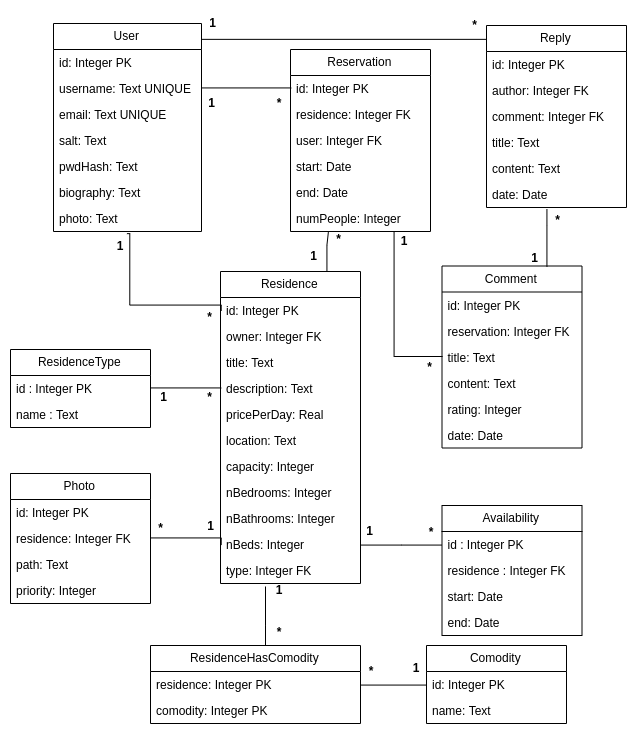
Earlier version of the draw.io export docs/Paguri_db.png (daviddias99/paguri-feup-ltw). Source tidied: cells renumbered, new cells last; positions are measured from the earlier drawing's top-left corner, leaving out a move shared by most shapes.
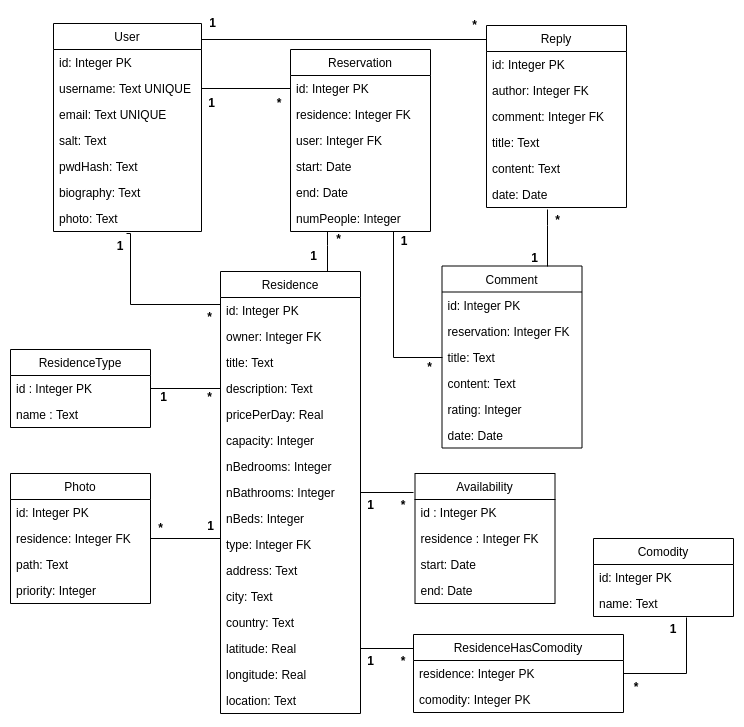
Above is the later version.

Commit message:
More queries; Updated UML

Diff of the diagram source:
```diff
@@ -66,7 +66,7 @@
       </mxGeometry>
     </mxCell>
     <mxCell id="20" value="Residence" style="swimlane;fontStyle=0;horizontal=1;startSize=26;fillColor=none;" parent="1" vertex="1">
-      <mxGeometry x="210" y="261" width="140" height="312" as="geometry" />
+      <mxGeometry x="210" y="261" width="140" height="442" as="geometry" />
     </mxCell>
     <mxCell id="21" value="id: Integer PK" style="text;strokeColor=none;fillColor=none;align=left;verticalAlign=top;spacingLeft=4;spacingRight=4;overflow=hidden;points=[[0,0.5],[1,0.5]];portConstraint=eastwest;" parent="20" vertex="1">
       <mxGeometry y="26" width="140" height="26" as="geometry" />
@@ -83,26 +83,41 @@
     <mxCell id="25" value="pricePerDay: Real" style="text;strokeColor=none;fillColor=none;align=left;verticalAlign=top;spacingLeft=4;spacingRight=4;overflow=hidden;" parent="20" vertex="1">
       <mxGeometry y="130" width="140" height="26" as="geometry" />
     </mxCell>
-    <mxCell id="26" value="location: Text" style="text;strokeColor=none;fillColor=none;align=left;verticalAlign=top;spacingLeft=4;spacingRight=4;overflow=hidden;" parent="20" vertex="1">
-      <mxGeometry y="156" width="140" height="26" as="geometry" />
-    </mxCell>
     <mxCell id="27" value="capacity: Integer" style="text;strokeColor=none;fillColor=none;align=left;verticalAlign=top;spacingLeft=4;spacingRight=4;overflow=hidden;" parent="20" vertex="1">
-      <mxGeometry y="182" width="140" height="26" as="geometry" />
+      <mxGeometry y="156" width="140" height="26" as="geometry" />
     </mxCell>
     <mxCell id="28" value="nBedrooms: Integer" style="text;strokeColor=none;fillColor=none;align=left;verticalAlign=top;spacingLeft=4;spacingRight=4;overflow=hidden;" parent="20" vertex="1">
-      <mxGeometry y="208" width="140" height="26" as="geometry" />
+      <mxGeometry y="182" width="140" height="26" as="geometry" />
     </mxCell>
     <mxCell id="29" value="nBathrooms: Integer" style="text;strokeColor=none;fillColor=none;align=left;verticalAlign=top;spacingLeft=4;spacingRight=4;overflow=hidden;points=[[0,0.5],[1,0.5]];portConstraint=eastwest;" parent="20" vertex="1">
-      <mxGeometry y="234" width="140" height="26" as="geometry" />
+      <mxGeometry y="208" width="140" height="26" as="geometry" />
     </mxCell>
     <mxCell id="30" value="nBeds: Integer" style="text;strokeColor=none;fillColor=none;align=left;verticalAlign=top;spacingLeft=4;spacingRight=4;overflow=hidden;points=[[0,0.5],[1,0.5]];portConstraint=eastwest;" parent="20" vertex="1">
-      <mxGeometry y="260" width="140" height="26" as="geometry" />
+      <mxGeometry y="234" width="140" height="26" as="geometry" />
     </mxCell>
     <mxCell id="31" value="type: Integer FK" style="text;strokeColor=none;fillColor=none;align=left;verticalAlign=top;spacingLeft=4;spacingRight=4;overflow=hidden;points=[[0,0.5],[1,0.5]];portConstraint=eastwest;" parent="20" vertex="1">
-      <mxGeometry y="286" width="140" height="26" as="geometry" />
+      <mxGeometry y="260" width="140" height="26" as="geometry" />
     </mxCell>
+    <mxCell id="26" value="address: Text" style="text;strokeColor=none;fillColor=none;align=left;verticalAlign=top;spacingLeft=4;spacingRight=4;overflow=hidden;" parent="20" vertex="1">
+      <mxGeometry y="286" width="140" height="26" as="geometry" />
+    </mxCell>
+    <mxCell id="95" value="city: Text" style="text;strokeColor=none;fillColor=none;align=left;verticalAlign=top;spacingLeft=4;spacingRight=4;overflow=hidden;" parent="20" vertex="1">
+      <mxGeometry y="312" width="140" height="26" as="geometry" />
+    </mxCell>
+    <mxCell id="96" value="country: Text" style="text;strokeColor=none;fillColor=none;align=left;verticalAlign=top;spacingLeft=4;spacingRight=4;overflow=hidden;" parent="20" vertex="1">
+      <mxGeometry y="338" width="140" height="26" as="geometry" />
+    </mxCell>
+    <mxCell id="97" value="latitude: Real" style="text;strokeColor=none;fillColor=none;align=left;verticalAlign=top;spacingLeft=4;spacingRight=4;overflow=hidden;points=[[0,0.5],[1,0.5]];portConstraint=eastwest;" parent="20" vertex="1">
+      <mxGeometry y="364" width="140" height="26" as="geometry" />
+    </mxCell>
+    <mxCell id="98" value="longitude: Real" style="text;strokeColor=none;fillColor=none;align=left;verticalAlign=top;spacingLeft=4;spacingRight=4;overflow=hidden;" parent="20" vertex="1">
+      <mxGeometry y="390" width="140" height="26" as="geometry" />
+    </mxCell>
+    <mxCell id="99" value="location: Text" style="text;strokeColor=none;fillColor=none;align=left;verticalAlign=top;spacingLeft=4;spacingRight=4;overflow=hidden;" parent="20" vertex="1">
+      <mxGeometry y="416" width="140" height="26" as="geometry" />
+    </mxCell>
     <mxCell id="32" value="Availability" style="swimlane;fontStyle=0;horizontal=1;startSize=26;fillColor=none;" parent="1" vertex="1">
-      <mxGeometry x="431.5" y="495" width="140" height="130" as="geometry" />
+      <mxGeometry x="404.5" y="463" width="140" height="130" as="geometry" />
     </mxCell>
     <mxCell id="33" value="id : Integer PK" style="text;strokeColor=none;fillColor=none;align=left;verticalAlign=top;spacingLeft=4;spacingRight=4;overflow=hidden;points=[[0,0.5],[1,0.5]];portConstraint=eastwest;" parent="32" vertex="1">
       <mxGeometry y="26" width="140" height="26" as="geometry" />
@@ -169,7 +184,7 @@
       <mxGeometry y="104" width="140" height="26" as="geometry" />
     </mxCell>
     <mxCell id="51" value="Comodity" style="swimlane;fontStyle=0;horizontal=1;startSize=26;fillColor=none;" parent="1" vertex="1">
-      <mxGeometry x="416" y="635" width="140" height="78" as="geometry" />
+      <mxGeometry x="583" y="528" width="140" height="78" as="geometry" />
     </mxCell>
     <mxCell id="52" value="id: Integer PK" style="text;strokeColor=none;fillColor=none;align=left;verticalAlign=top;spacingLeft=4;spacingRight=4;overflow=hidden;points=[[0,0.5],[1,0.5]];portConstraint=eastwest;" parent="51" vertex="1">
       <mxGeometry y="26" width="140" height="26" as="geometry" />
@@ -177,16 +192,8 @@
     <mxCell id="53" value="name: Text" style="text;strokeColor=none;fillColor=none;align=left;verticalAlign=top;spacingLeft=4;spacingRight=4;overflow=hidden;points=[[0,0.5],[1,0.5]];portConstraint=eastwest;" parent="51" vertex="1">
       <mxGeometry y="52" width="140" height="26" as="geometry" />
     </mxCell>
-    <mxCell id="54" style="edgeStyle=orthogonalEdgeStyle;rounded=0;jettySize=auto;html=1;entryX=0.323;entryY=1.138;entryDx=0;entryDy=0;entryPerimeter=0;endArrow=none;endFill=0;" parent="1" edge="1" source="55" target="31">
-      <mxGeometry relative="1" as="geometry">
-        <Array as="points">
-          <mxPoint x="255" y="615" />
-          <mxPoint x="255" y="615" />
-        </Array>
-      </mxGeometry>
-    </mxCell>
     <mxCell id="55" value="ResidenceHasComodity" style="swimlane;fontStyle=0;horizontal=1;startSize=26;fillColor=none;" parent="1" vertex="1">
-      <mxGeometry x="140" y="635" width="210" height="78" as="geometry" />
+      <mxGeometry x="403" y="624" width="210" height="78" as="geometry" />
     </mxCell>
     <mxCell id="56" value="residence: Integer PK" style="text;strokeColor=none;fillColor=none;align=left;verticalAlign=top;spacingLeft=4;spacingRight=4;overflow=hidden;points=[[0,0.5],[1,0.5]];portConstraint=eastwest;" parent="55" vertex="1">
       <mxGeometry y="26" width="210" height="26" as="geometry" />
@@ -194,20 +201,11 @@
     <mxCell id="57" value="comodity: Integer PK" style="text;strokeColor=none;fillColor=none;align=left;verticalAlign=top;spacingLeft=4;spacingRight=4;overflow=hidden;" parent="55" vertex="1">
       <mxGeometry y="52" width="210" height="26" as="geometry" />
     </mxCell>
-    <mxCell id="58" style="edgeStyle=orthogonalEdgeStyle;rounded=0;jettySize=auto;html=1;exitX=1;exitY=0.5;exitDx=0;exitDy=0;entryX=0;entryY=0.5;entryDx=0;entryDy=0;endArrow=none;endFill=0;" parent="1" edge="1" source="56" target="52">
-      <mxGeometry relative="1" as="geometry" />
-    </mxCell>
-    <mxCell id="59" value="1" style="text;align=center;fontStyle=1;verticalAlign=middle;spacingLeft=3;spacingRight=3;strokeColor=none;" parent="1" vertex="1">
-      <mxGeometry x="259" y="567" width="20" height="26" as="geometry" />
-    </mxCell>
-    <mxCell id="60" value="*" style="text;align=center;fontStyle=1;verticalAlign=middle;spacingLeft=3;spacingRight=3;strokeColor=none;" parent="1" vertex="1">
-      <mxGeometry x="259" y="609" width="20" height="26" as="geometry" />
-    </mxCell>
     <mxCell id="61" value="*" style="text;align=center;fontStyle=1;verticalAlign=middle;spacingLeft=3;spacingRight=3;strokeColor=none;" parent="1" vertex="1">
-      <mxGeometry x="351" y="648" width="20" height="26" as="geometry" />
+      <mxGeometry x="616" y="664" width="20" height="26" as="geometry" />
     </mxCell>
     <mxCell id="62" value="1" style="text;align=center;fontStyle=1;verticalAlign=middle;spacingLeft=3;spacingRight=3;strokeColor=none;" parent="1" vertex="1">
-      <mxGeometry x="396" y="645" width="20" height="26" as="geometry" />
+      <mxGeometry x="653" y="606" width="20" height="26" as="geometry" />
     </mxCell>
     <mxCell id="63" value="*" style="text;align=center;fontStyle=1;verticalAlign=middle;spacingLeft=3;spacingRight=3;strokeColor=none;" parent="1" vertex="1">
       <mxGeometry x="140" y="505" width="21" height="26" as="geometry" />
@@ -216,10 +214,10 @@
       <mxGeometry x="190.5" y="503" width="20" height="26" as="geometry" />
     </mxCell>
     <mxCell id="65" value="*" style="text;align=center;fontStyle=1;verticalAlign=middle;spacingLeft=3;spacingRight=3;strokeColor=none;" parent="1" vertex="1">
-      <mxGeometry x="410.5" y="509" width="21" height="26" as="geometry" />
+      <mxGeometry x="382.5" y="482" width="21" height="26" as="geometry" />
     </mxCell>
     <mxCell id="66" value="1" style="text;align=center;fontStyle=1;verticalAlign=middle;spacingLeft=3;spacingRight=3;strokeColor=none;" parent="1" vertex="1">
-      <mxGeometry x="349" y="508" width="21" height="26" as="geometry" />
+      <mxGeometry x="350" y="482" width="21" height="26" as="geometry" />
     </mxCell>
     <mxCell id="67" value="1" style="text;align=center;fontStyle=1;verticalAlign=middle;spacingLeft=3;spacingRight=3;strokeColor=none;" parent="1" vertex="1">
       <mxGeometry x="293" y="232.5" width="21" height="26" as="geometry" />
@@ -284,8 +282,10 @@
     <mxCell id="87" value="1" style="text;align=center;fontStyle=1;verticalAlign=middle;spacingLeft=3;spacingRight=3;strokeColor=none;" parent="1" vertex="1">
       <mxGeometry x="382.5" y="218" width="23" height="26" as="geometry" />
     </mxCell>
-    <mxCell id="88" style="edgeStyle=orthogonalEdgeStyle;rounded=0;jettySize=auto;html=1;entryX=1;entryY=0.5;entryDx=0;entryDy=0;endArrow=none;endFill=0;" parent="1" edge="1" source="33" target="30">
-      <mxGeometry relative="1" as="geometry" />
+    <mxCell id="88" style="edgeStyle=orthogonalEdgeStyle;rounded=0;jettySize=auto;html=1;entryX=1;entryY=0.5;entryDx=0;entryDy=0;endArrow=none;endFill=0;" parent="1" edge="1" target="29">
+      <mxGeometry relative="1" as="geometry">
+        <mxPoint x="403" y="482" as="sourcePoint" />
+      </mxGeometry>
     </mxCell>
     <mxCell id="89" style="edgeStyle=orthogonalEdgeStyle;rounded=0;jettySize=auto;html=1;exitX=1;exitY=0.5;exitDx=0;exitDy=0;endArrow=none;endFill=0;entryX=0;entryY=0.5;entryDx=0;entryDy=0;" parent="1" edge="1" source="5" target="12">
       <mxGeometry relative="1" as="geometry" />
@@ -305,5 +305,17 @@
     <mxCell id="94" value="*" style="text;align=center;fontStyle=1;verticalAlign=middle;spacingLeft=3;spacingRight=3;strokeColor=none;" parent="1" vertex="1">
       <mxGeometry x="453" y="2" width="23" height="26" as="geometry" />
     </mxCell>
+    <mxCell id="100" style="edgeStyle=orthogonalEdgeStyle;rounded=0;jettySize=auto;html=1;exitX=1;exitY=0.5;exitDx=0;exitDy=0;entryX=0;entryY=0.179;entryDx=0;entryDy=0;entryPerimeter=0;endArrow=none;endFill=0;" parent="1" edge="1" source="97" target="55">
+      <mxGeometry relative="1" as="geometry" />
+    </mxCell>
+    <mxCell id="59" value="1" style="text;align=center;fontStyle=1;verticalAlign=middle;spacingLeft=3;spacingRight=3;strokeColor=none;" parent="1" vertex="1">
+      <mxGeometry x="350" y="638" width="21" height="26" as="geometry" />
+    </mxCell>
+    <mxCell id="60" value="*" style="text;align=center;fontStyle=1;verticalAlign=middle;spacingLeft=3;spacingRight=3;strokeColor=none;" parent="1" vertex="1">
+      <mxGeometry x="382.5" y="638" width="21" height="26" as="geometry" />
+    </mxCell>
+    <mxCell id="101" style="edgeStyle=orthogonalEdgeStyle;rounded=0;jettySize=auto;html=1;exitX=1;exitY=0.5;exitDx=0;exitDy=0;entryX=0.664;entryY=1.038;entryDx=0;entryDy=0;entryPerimeter=0;endArrow=none;endFill=0;" parent="1" edge="1" source="56" target="53">
+      <mxGeometry relative="1" as="geometry" />
+    </mxCell>
   </root>
 </mxGraphModel>
```
